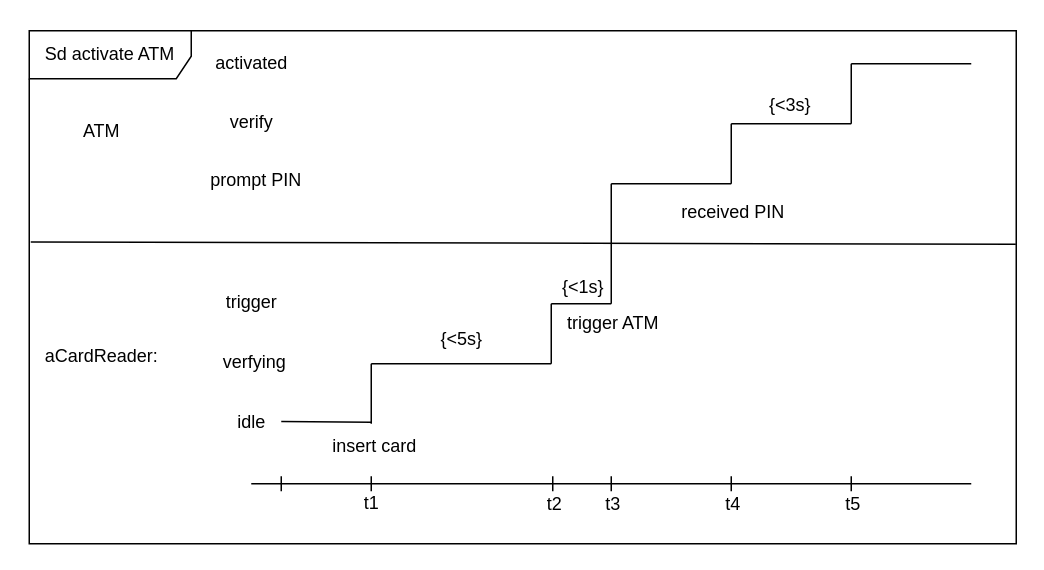
Earlier version of the draw.io diagram wia2002tut10q1.drawio (justn0thinghere/drawio). Source tidied: cells renumbered, new cells numbered last; positions are measured from the earlier drawing's top-left corner, leaving out a move shared by most shapes. Both pictures are drawn from the tidied source at 150%, with x=0, y=0 at pixel (26, 30).
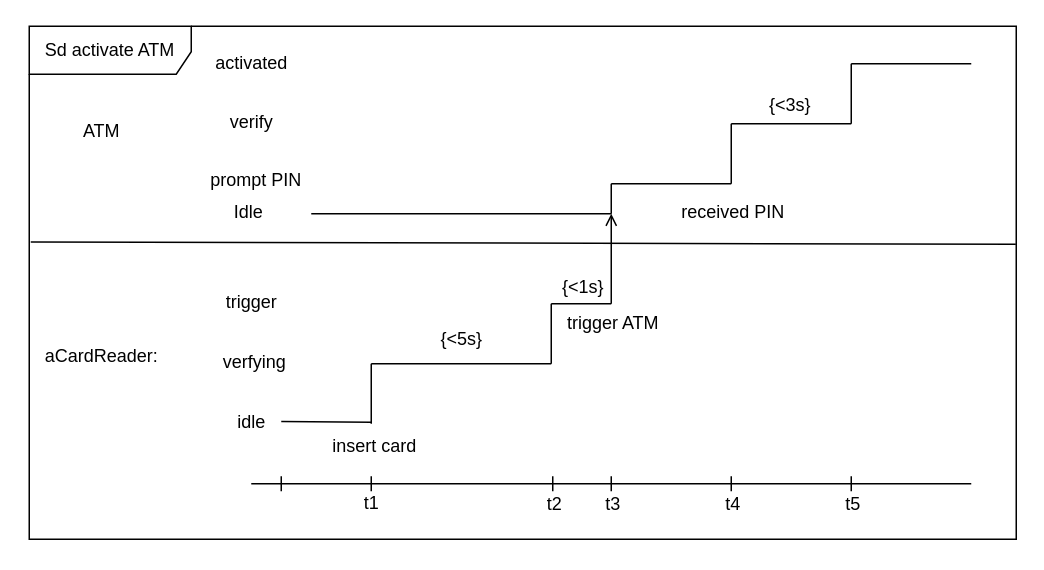
Above is the later version.

What changed in the source:
```diff
@@
-    <mxCell id="14" style="endArrow=none;html=1;rounded=0;" parent="1" edge="1">
+    <mxCell id="14" style="endArrow=open;html=1;rounded=0;endFill=0;" parent="1" edge="1">
       <mxGeometry relative="1" as="geometry">
         <mxPoint x="390" y="182" as="sourcePoint" />
-        <mxPoint x="390" y="102" as="targetPoint" />
+        <mxPoint x="390" y="122" as="targetPoint" />
       </mxGeometry>
     </mxCell>
@@
     <mxCell id="39" value="Sd activate ATM" style="shape=umlFrame;whiteSpace=wrap;html=1;width=108;height=32;" parent="1" vertex="1">
-      <mxGeometry x="2" width="658" height="342" as="geometry" />
+      <mxGeometry x="2" y="-3" width="658" height="342" as="geometry" />
     </mxCell>
@@
+    <mxCell id="41" style="endArrow=none;html=1;rounded=0;" parent="1" edge="1">
+      <mxGeometry relative="1" as="geometry">
+        <mxPoint x="390" y="122" as="sourcePoint" />
+        <mxPoint x="390" y="102" as="targetPoint" />
+      </mxGeometry>
+    </mxCell>
+    <mxCell id="42" style="endArrow=none;html=1;rounded=0;" parent="1" edge="1">
+      <mxGeometry relative="1" as="geometry">
+        <mxPoint x="190" y="122" as="sourcePoint" />
+        <mxPoint x="390" y="122" as="targetPoint" />
+      </mxGeometry>
+    </mxCell>
+    <mxCell id="43" value="Idle" style="text;html=1;align=center;verticalAlign=middle;strokeColor=none;fillColor=none;" parent="1" vertex="1">
+      <mxGeometry x="128" y="106" width="40" height="30" as="geometry" />
+    </mxCell>
```
